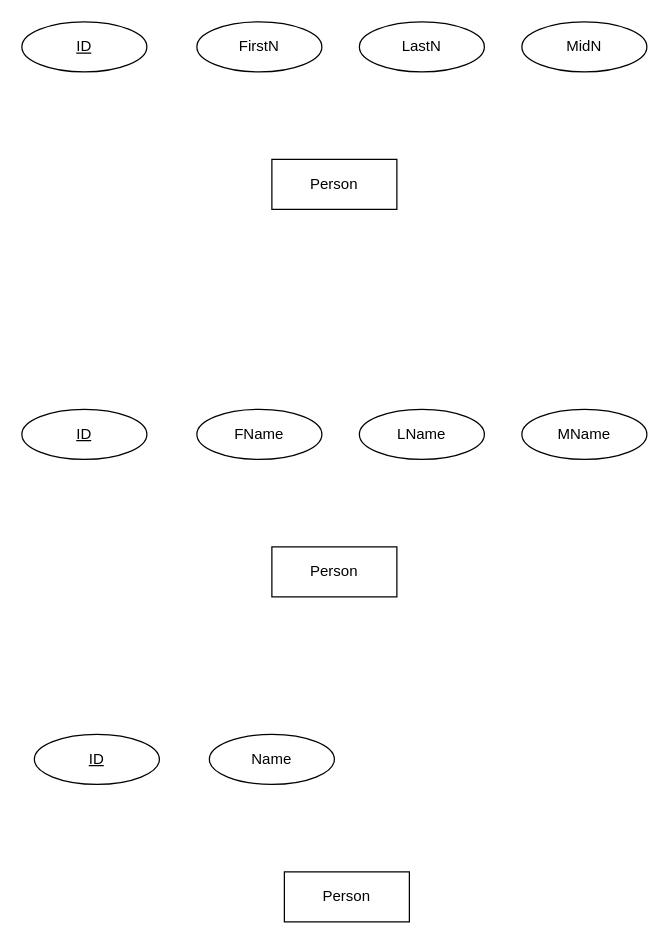
Above: Schemas.drawio in DBTheory-Fall2025/DBTheory-Project (draw.io), before the change. Source tidied: cells renumbered, new cells numbered last; positions are measured from the earlier drawing's top-left corner, leaving out a move shared by most shapes. Both pictures are drawn from the tidied source at 125%, with x=0, y=0 at pixel (21, 21).
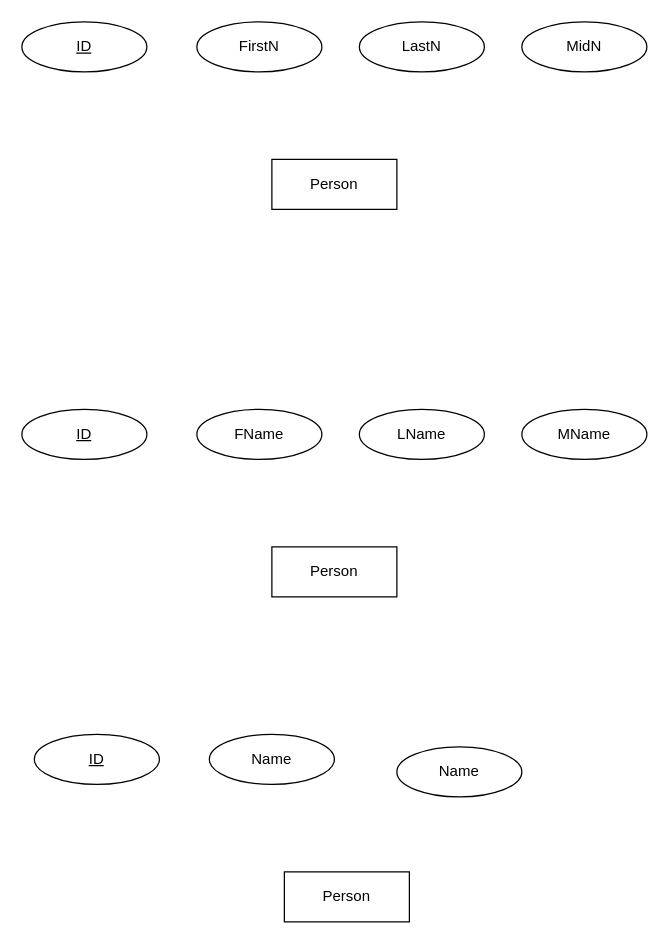
After the change.

The edit, as a diff of the source:
```diff
@@
 <mxGraphModel>
   <root>
     <mxCell id="0" />
     <mxCell id="1" parent="0" />
     <mxCell id="2" value="ID" style="ellipse;whiteSpace=wrap;html=1;align=center;fontStyle=4;" parent="1" vertex="1">
       <mxGeometry width="100" height="40" as="geometry" />
     </mxCell>
     <mxCell id="3" value="FirstN" style="ellipse;whiteSpace=wrap;html=1;align=center;" parent="1" vertex="1">
       <mxGeometry x="140" width="100" height="40" as="geometry" />
     </mxCell>
     <mxCell id="4" value="LastN" style="ellipse;whiteSpace=wrap;html=1;align=center;" parent="1" vertex="1">
       <mxGeometry x="270" width="100" height="40" as="geometry" />
     </mxCell>
     <mxCell id="5" value="MidN" style="ellipse;whiteSpace=wrap;html=1;align=center;" parent="1" vertex="1">
       <mxGeometry x="400" width="100" height="40" as="geometry" />
     </mxCell>
     <mxCell id="6" value="Person" style="whiteSpace=wrap;html=1;align=center;" parent="1" vertex="1">
       <mxGeometry x="200" y="110" width="100" height="40" as="geometry" />
     </mxCell>
     <mxCell id="7" value="ID" style="ellipse;whiteSpace=wrap;html=1;align=center;fontStyle=4;" parent="1" vertex="1">
       <mxGeometry y="310" width="100" height="40" as="geometry" />
     </mxCell>
     <mxCell id="8" value="FName" style="ellipse;whiteSpace=wrap;html=1;align=center;" parent="1" vertex="1">
       <mxGeometry x="140" y="310" width="100" height="40" as="geometry" />
     </mxCell>
     <mxCell id="9" value="LName" style="ellipse;whiteSpace=wrap;html=1;align=center;" parent="1" vertex="1">
       <mxGeometry x="270" y="310" width="100" height="40" as="geometry" />
     </mxCell>
     <mxCell id="10" value="MName" style="ellipse;whiteSpace=wrap;html=1;align=center;" parent="1" vertex="1">
       <mxGeometry x="400" y="310" width="100" height="40" as="geometry" />
     </mxCell>
     <mxCell id="11" value="Person" style="whiteSpace=wrap;html=1;align=center;" parent="1" vertex="1">
       <mxGeometry x="200" y="420" width="100" height="40" as="geometry" />
     </mxCell>
     <mxCell id="12" value="Name" style="ellipse;whiteSpace=wrap;html=1;align=center;" parent="1" vertex="1">
       <mxGeometry x="150" y="570" width="100" height="40" as="geometry" />
     </mxCell>
     <mxCell id="13" value="Person" style="whiteSpace=wrap;html=1;align=center;" parent="1" vertex="1">
       <mxGeometry x="210" y="680" width="100" height="40" as="geometry" />
     </mxCell>
     <mxCell id="14" value="ID" style="ellipse;whiteSpace=wrap;html=1;align=center;fontStyle=4;" parent="1" vertex="1">
       <mxGeometry x="10" y="570" width="100" height="40" as="geometry" />
     </mxCell>
+    <mxCell id="15" value="Name" style="ellipse;whiteSpace=wrap;html=1;align=center;" parent="1" vertex="1">
+      <mxGeometry x="300" y="580" width="100" height="40" as="geometry" />
+    </mxCell>
   </root>
 </mxGraphModel>
```
